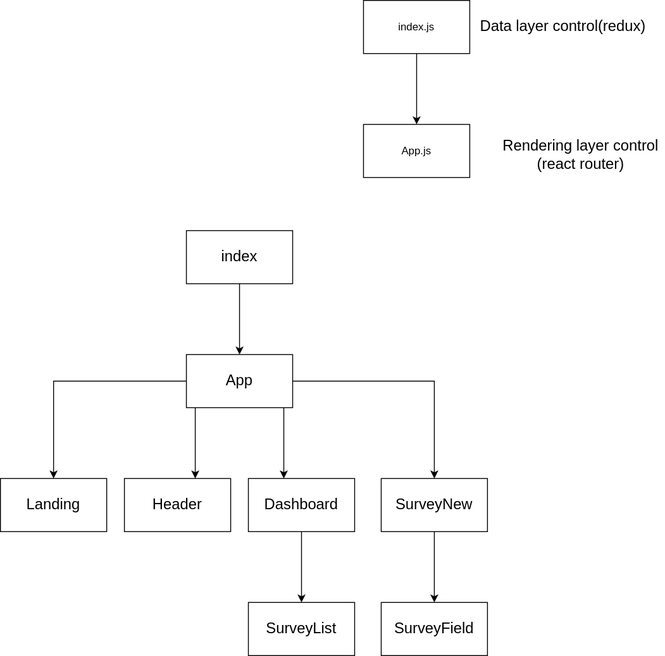
Earlier version of the draw.io export react-design.svg (awsome-cats/react-design). Source tidied: cells renumbered, new cells last; positions are measured from the earlier drawing's top-left corner, leaving out a move shared by most shapes.
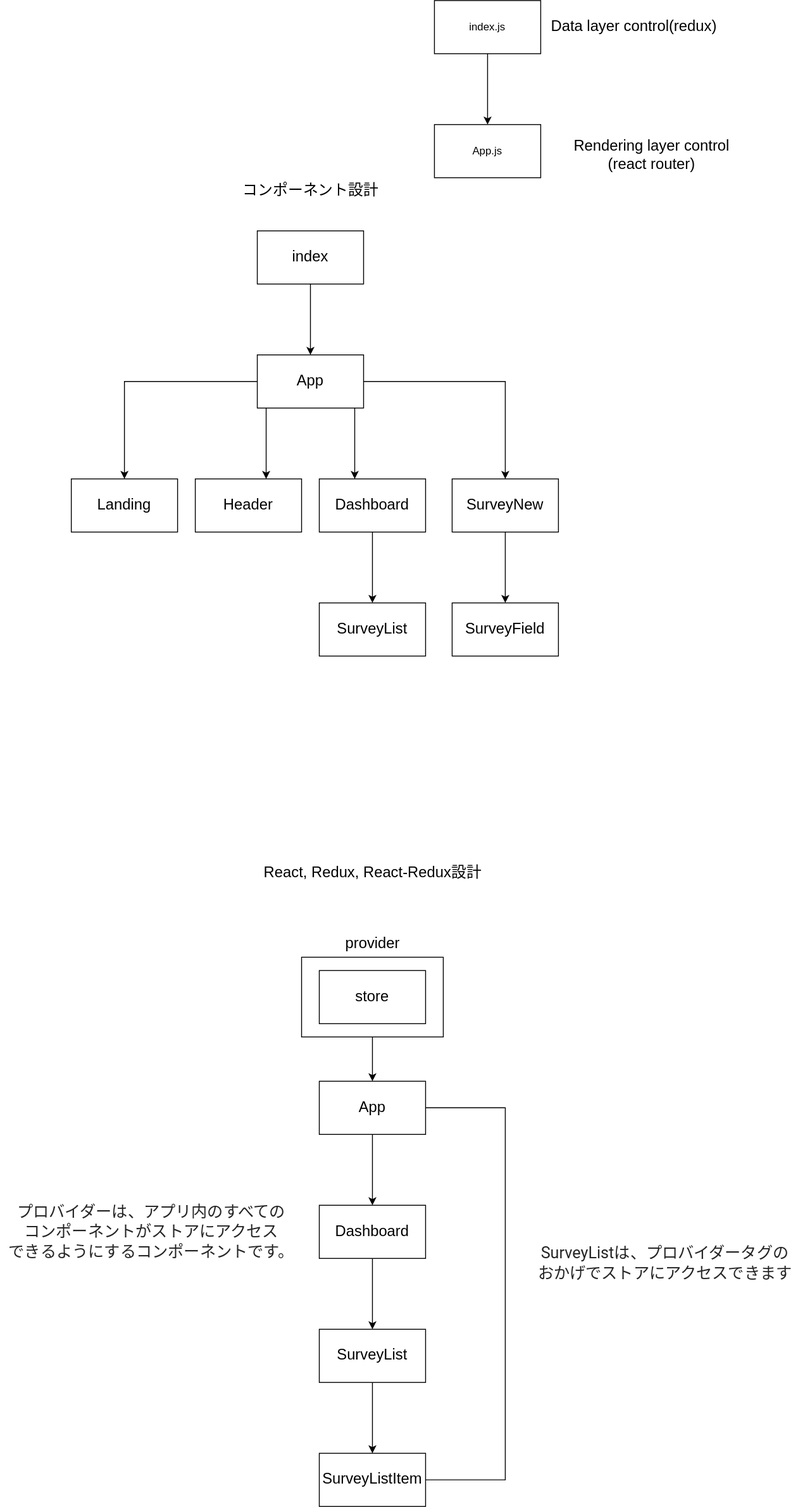
Above is the later version.

Commit message:
react-design.svg を更新します

Diff of the diagram source:
```diff
@@ -76,5 +76,53 @@
     <mxCell id="21" value="SurveyField" style="rounded=0;whiteSpace=wrap;html=1;fontSize=17;" parent="1" vertex="1">
       <mxGeometry x="430" y="680" width="120" height="60" as="geometry" />
     </mxCell>
+    <mxCell id="22" value="コンポーネント設計" style="text;html=1;align=center;verticalAlign=middle;fillColor=none;strokeColor=none;rounded=0;fontSize=17;" parent="1" vertex="1">
+      <mxGeometry x="185" y="200" width="170" height="30" as="geometry" />
+    </mxCell>
+    <mxCell id="23" style="edgeStyle=orthogonalEdgeStyle;rounded=0;jettySize=auto;html=1;fontSize=17;" parent="1" edge="1" source="24" target="26">
+      <mxGeometry relative="1" as="geometry" />
+    </mxCell>
+    <mxCell id="24" style="rounded=0;whiteSpace=wrap;html=1;fontSize=17;" parent="1" vertex="1">
+      <mxGeometry x="260" y="1080" width="160" height="90" as="geometry" />
+    </mxCell>
+    <mxCell id="25" style="edgeStyle=orthogonalEdgeStyle;rounded=0;jettySize=auto;html=1;fontSize=17;" parent="1" edge="1" source="26" target="31">
+      <mxGeometry relative="1" as="geometry" />
+    </mxCell>
+    <mxCell id="26" value="App" style="rounded=0;whiteSpace=wrap;html=1;fontSize=17;" parent="1" vertex="1">
+      <mxGeometry x="280" y="1220" width="120" height="60" as="geometry" />
+    </mxCell>
+    <mxCell id="27" value="store" style="rounded=0;whiteSpace=wrap;html=1;fontSize=17;" parent="1" vertex="1">
+      <mxGeometry x="280" y="1095" width="120" height="60" as="geometry" />
+    </mxCell>
+    <mxCell id="28" value="provider" style="text;html=1;align=center;verticalAlign=middle;fillColor=none;strokeColor=none;rounded=0;fontSize=17;" parent="1" vertex="1">
+      <mxGeometry x="300" y="1050" width="80" height="30" as="geometry" />
+    </mxCell>
+    <mxCell id="29" value="React, Redux, React-Redux設計" style="text;html=1;align=center;verticalAlign=middle;fillColor=none;strokeColor=none;rounded=0;fontSize=17;" parent="1" vertex="1">
+      <mxGeometry x="210" y="970" width="260" height="30" as="geometry" />
+    </mxCell>
+    <mxCell id="30" style="edgeStyle=orthogonalEdgeStyle;rounded=0;jettySize=auto;html=1;fontSize=17;" parent="1" edge="1" source="31" target="33">
+      <mxGeometry relative="1" as="geometry" />
+    </mxCell>
+    <mxCell id="31" value="Dashboard" style="rounded=0;whiteSpace=wrap;html=1;fontSize=17;" parent="1" vertex="1">
+      <mxGeometry x="280" y="1360" width="120" height="60" as="geometry" />
+    </mxCell>
+    <mxCell id="32" style="edgeStyle=orthogonalEdgeStyle;rounded=0;jettySize=auto;html=1;fontSize=17;" parent="1" edge="1" source="33" target="34">
+      <mxGeometry relative="1" as="geometry" />
+    </mxCell>
+    <mxCell id="33" value="SurveyList" style="rounded=0;whiteSpace=wrap;html=1;fontSize=17;" parent="1" vertex="1">
+      <mxGeometry x="280" y="1500" width="120" height="60" as="geometry" />
+    </mxCell>
+    <mxCell id="34" value="SurveyListItem" style="rounded=0;whiteSpace=wrap;html=1;fontSize=17;" parent="1" vertex="1">
+      <mxGeometry x="280" y="1640" width="120" height="60" as="geometry" />
+    </mxCell>
+    <mxCell id="35" style="shape=partialRectangle;whiteSpace=wrap;html=1;bottom=1;right=1;left=1;top=0;routingCenterX=-0.5;fontSize=17;direction=north;shadow=0;labelBorderColor=#FFCCE6;fillColor=none;" parent="1" vertex="1">
+      <mxGeometry x="400" y="1250" width="90" height="420" as="geometry" />
+    </mxCell>
+    <mxCell id="36" value="&lt;span style=&quot;color: rgb(37 , 37 , 37) ; font-family: &amp;#34;roboto&amp;#34; , &amp;#34;arial&amp;#34; , sans-serif ; font-size: 18px&quot;&gt;SurveyListは、プロバイダータグの&lt;br&gt;おかげでストアにアクセスできます&lt;/span&gt;" style="text;html=1;align=center;verticalAlign=middle;fillColor=none;strokeColor=none;rounded=0;shadow=0;fontSize=17;" parent="1" vertex="1">
+      <mxGeometry x="520" y="1400" width="300" height="50" as="geometry" />
+    </mxCell>
+    <mxCell id="37" value="&lt;div id=&quot;translation&quot; style=&quot;color: rgb(37 , 37 , 37) ; font-family: &amp;#34;roboto&amp;#34; , &amp;#34;arial&amp;#34; , sans-serif ; font-size: 14px ; display: inline&quot;&gt;&lt;div class=&quot;gtx-body&quot; style=&quot;display: inline ; font-size: 18px ; margin: 5px auto ; padding: 5px 0px&quot;&gt;プロバイダーは、アプリ内のすべての&lt;br&gt;コンポーネントがストアにアクセス&lt;br&gt;できるようにするコンポーネントです。&lt;/div&gt;&lt;br&gt;&lt;/div&gt;&lt;span style=&quot;color: rgb(37 , 37 , 37) ; font-family: &amp;#34;roboto&amp;#34; , &amp;#34;arial&amp;#34; , sans-serif ; font-size: 14px&quot;&gt;&lt;/span&gt;" style="text;html=1;align=center;verticalAlign=middle;fillColor=none;strokeColor=none;rounded=0;shadow=0;fontSize=17;" parent="1" vertex="1">
+      <mxGeometry x="-80" y="1355" width="340" height="70" as="geometry" />
+    </mxCell>
   </root>
 </mxGraphModel>
```
